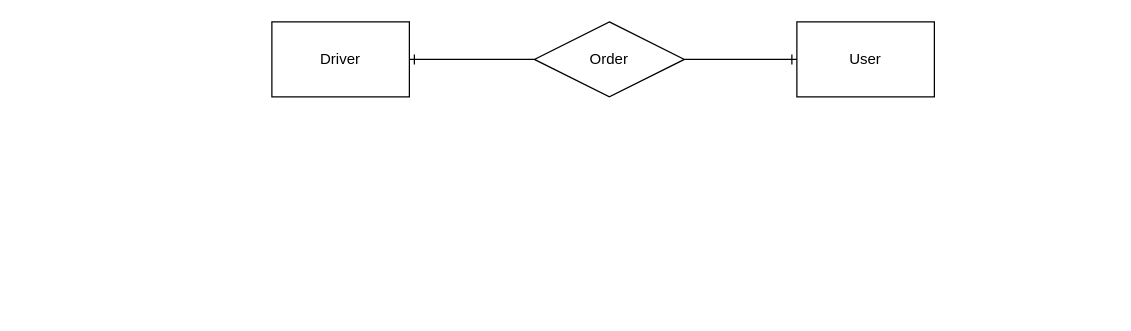
This is pertemuan1/pertemuan1.drawio from insanalamin/IF214002, a draw.io file, before an edit. Source tidied: cells renumbered, new cells numbered last; positions are measured from the earlier drawing's top-left corner, leaving out a move shared by most shapes. Both pictures are drawn from the tidied source at 125%, with x=0, y=0 at pixel (271, 21).
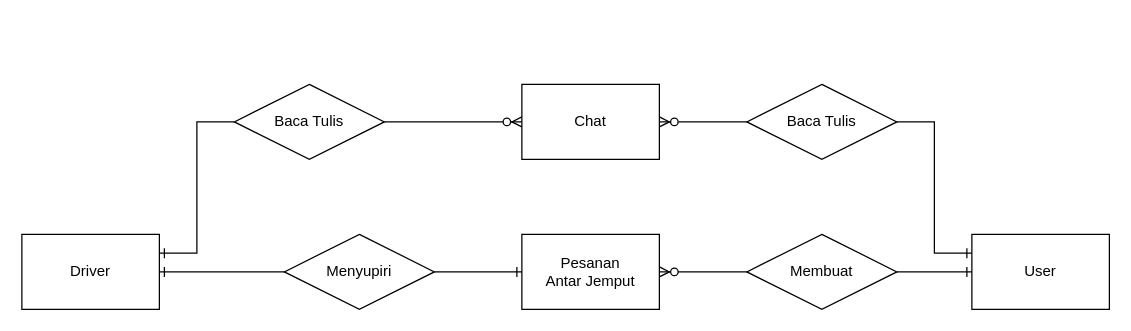
Above is the later version.

Change to the diagram source:
```diff
@@
 <mxGraphModel>
   <root>
     <mxCell id="0" />
     <mxCell id="1" parent="0" />
     <mxCell id="2" value="Driver" style="whiteSpace=wrap;html=1;align=center;" parent="1" vertex="1">
-      <mxGeometry width="110" height="60" as="geometry" />
+      <mxGeometry x="-200" y="170" width="110" height="60" as="geometry" />
     </mxCell>
     <mxCell id="3" value="User" style="whiteSpace=wrap;html=1;align=center;" parent="1" vertex="1">
-      <mxGeometry x="420" width="110" height="60" as="geometry" />
+      <mxGeometry x="560" y="170" width="110" height="60" as="geometry" />
     </mxCell>
-    <mxCell id="4" value="Order" style="shape=rhombus;perimeter=rhombusPerimeter;whiteSpace=wrap;html=1;align=center;" parent="1" vertex="1">
-      <mxGeometry x="210" width="120" height="60" as="geometry" />
-    </mxCell>
-    <mxCell id="5" style="edgeStyle=entityRelationEdgeStyle;fontSize=12;html=1;endArrow=ERone;endFill=1;rounded=0;entryX=0;entryY=0.5;entryDx=0;entryDy=0;" parent="1" edge="1" source="4" target="3">
-      <mxGeometry relative="1" as="geometry" />
-    </mxCell>
-    <mxCell id="6" style="edgeStyle=entityRelationEdgeStyle;fontSize=12;html=1;endArrow=ERone;endFill=1;rounded=0;entryX=1;entryY=0.5;entryDx=0;entryDy=0;exitX=0;exitY=0.5;exitDx=0;exitDy=0;" parent="1" edge="1" source="4" target="2">
-      <mxGeometry relative="1" as="geometry" />
-    </mxCell>
+    <mxCell id="7" value="&lt;div&gt;Pesanan&lt;br&gt;&lt;/div&gt;&lt;div&gt;Antar Jemput&lt;/div&gt;" style="whiteSpace=wrap;html=1;align=center;" parent="1" vertex="1">
+      <mxGeometry x="200" y="170" width="110" height="60" as="geometry" />
+    </mxCell>
+    <mxCell id="8" value="Membuat" style="shape=rhombus;perimeter=rhombusPerimeter;whiteSpace=wrap;html=1;align=center;" parent="1" vertex="1">
+      <mxGeometry x="380" y="170" width="120" height="60" as="geometry" />
+    </mxCell>
+    <mxCell id="9" style="edgeStyle=entityRelationEdgeStyle;fontSize=12;html=1;endArrow=ERone;endFill=1;rounded=0;entryX=0;entryY=0.5;entryDx=0;entryDy=0;exitX=1;exitY=0.5;exitDx=0;exitDy=0;" parent="1" edge="1" source="8" target="3">
+      <mxGeometry relative="1" as="geometry" />
+    </mxCell>
+    <mxCell id="10" style="edgeStyle=entityRelationEdgeStyle;fontSize=12;html=1;endArrow=ERzeroToMany;endFill=1;rounded=0;exitX=0;exitY=0.5;exitDx=0;exitDy=0;entryX=1;entryY=0.5;entryDx=0;entryDy=0;" parent="1" edge="1" source="8" target="7">
+      <mxGeometry relative="1" as="geometry" />
+    </mxCell>
+    <mxCell id="11" value="Menyupiri" style="shape=rhombus;perimeter=rhombusPerimeter;whiteSpace=wrap;html=1;align=center;" parent="1" vertex="1">
+      <mxGeometry x="10" y="170" width="120" height="60" as="geometry" />
+    </mxCell>
+    <mxCell id="12" style="edgeStyle=entityRelationEdgeStyle;fontSize=12;html=1;endArrow=ERone;endFill=1;rounded=0;entryX=0;entryY=0.5;entryDx=0;entryDy=0;exitX=1;exitY=0.5;exitDx=0;exitDy=0;" parent="1" edge="1" source="11" target="7">
+      <mxGeometry relative="1" as="geometry" />
+    </mxCell>
+    <mxCell id="13" style="edgeStyle=entityRelationEdgeStyle;fontSize=12;html=1;endArrow=ERone;endFill=1;rounded=0;entryX=1;entryY=0.5;entryDx=0;entryDy=0;exitX=0;exitY=0.5;exitDx=0;exitDy=0;" parent="1" edge="1" source="11" target="2">
+      <mxGeometry relative="1" as="geometry" />
+    </mxCell>
+    <mxCell id="14" value="Chat" style="whiteSpace=wrap;html=1;align=center;" parent="1" vertex="1">
+      <mxGeometry x="200" y="50" width="110" height="60" as="geometry" />
+    </mxCell>
+    <mxCell id="15" value="Baca Tulis" style="shape=rhombus;perimeter=rhombusPerimeter;whiteSpace=wrap;html=1;align=center;" parent="1" vertex="1">
+      <mxGeometry x="380" y="50" width="120" height="60" as="geometry" />
+    </mxCell>
+    <mxCell id="16" value="Baca Tulis" style="shape=rhombus;perimeter=rhombusPerimeter;whiteSpace=wrap;html=1;align=center;" parent="1" vertex="1">
+      <mxGeometry x="-30" y="50" width="120" height="60" as="geometry" />
+    </mxCell>
+    <mxCell id="17" style="edgeStyle=entityRelationEdgeStyle;fontSize=12;html=1;endArrow=ERone;endFill=1;rounded=0;entryX=0;entryY=0.25;entryDx=0;entryDy=0;exitX=1;exitY=0.5;exitDx=0;exitDy=0;exitPerimeter=0;" parent="1" edge="1" source="15" target="3">
+      <mxGeometry relative="1" as="geometry" />
+    </mxCell>
+    <mxCell id="18" style="edgeStyle=entityRelationEdgeStyle;fontSize=12;html=1;endArrow=ERzeroToMany;endFill=1;rounded=0;exitX=0;exitY=0.5;exitDx=0;exitDy=0;entryX=1;entryY=0.5;entryDx=0;entryDy=0;" parent="1" edge="1" source="15" target="14">
+      <mxGeometry relative="1" as="geometry" />
+    </mxCell>
+    <mxCell id="19" style="edgeStyle=entityRelationEdgeStyle;fontSize=12;html=1;endArrow=ERzeroToMany;endFill=1;rounded=0;exitX=1;exitY=0.5;exitDx=0;exitDy=0;entryX=0;entryY=0.5;entryDx=0;entryDy=0;" parent="1" edge="1" source="16" target="14">
+      <mxGeometry relative="1" as="geometry" />
+    </mxCell>
+    <mxCell id="20" style="edgeStyle=entityRelationEdgeStyle;fontSize=12;html=1;endArrow=ERone;endFill=1;rounded=0;entryX=1;entryY=0.25;entryDx=0;entryDy=0;exitX=0;exitY=0.5;exitDx=0;exitDy=0;" parent="1" edge="1" source="16" target="2">
+      <mxGeometry relative="1" as="geometry" />
+    </mxCell>
   </root>
 </mxGraphModel>
```
